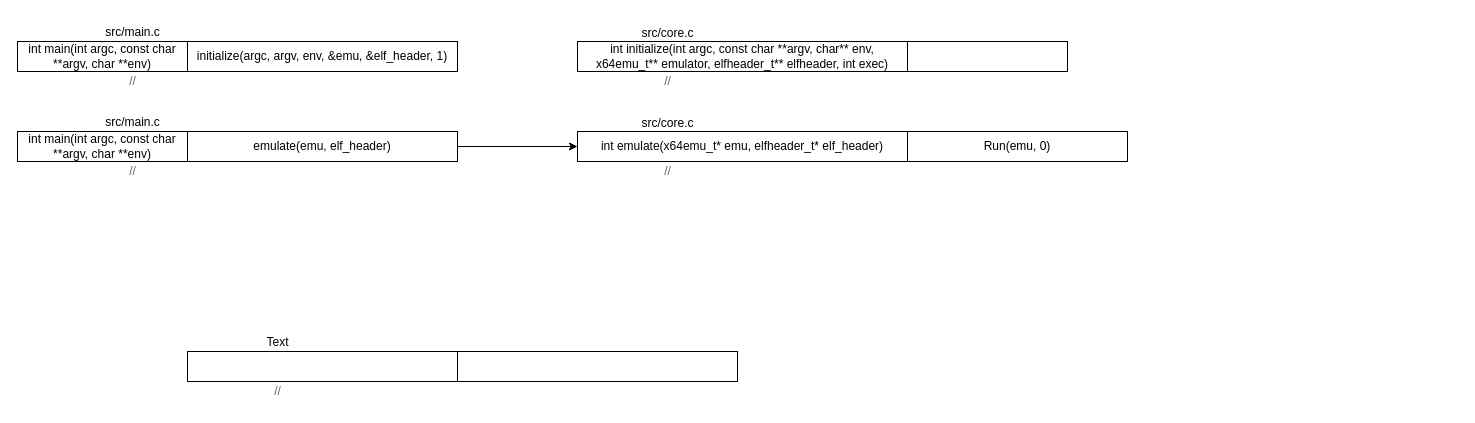
Earlier version of the draw.io diagram box64_workflow.drawio (wangguidong1999/drawio_picture). Source tidied: cells renumbered, new cells numbered last; positions are measured from the earlier drawing's top-left corner, leaving out a move shared by most shapes. Both pictures are drawn from the tidied source at 100%, with x=0, y=0 at pixel (17, 17).
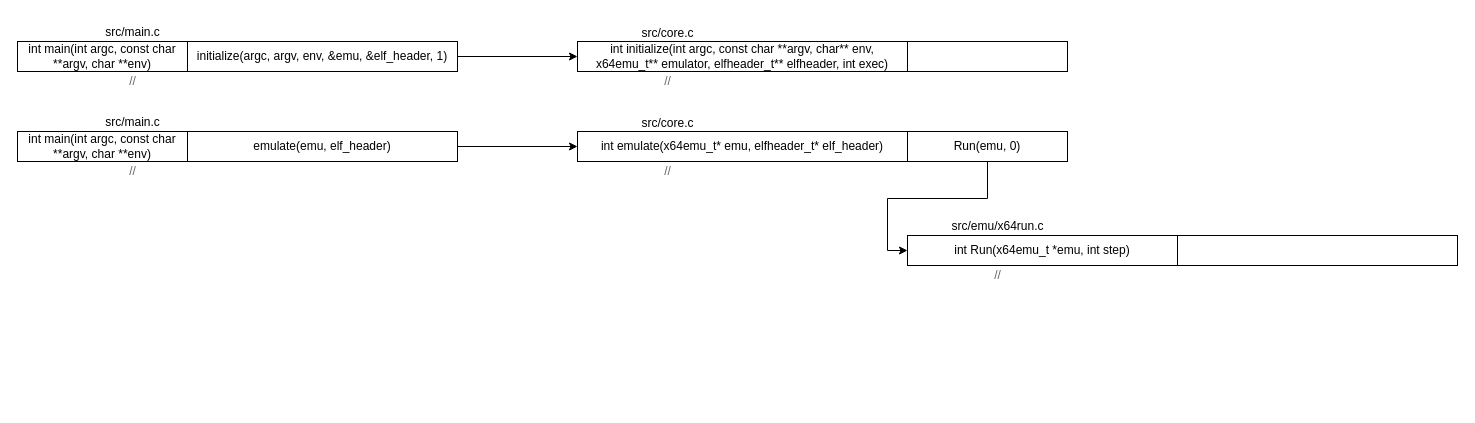
The same page after the edit.

Unchanged cells that the change refers to:
```xml
<mxCell id="3" value="initialize(argc, argv, env, &amp;amp;emu, &amp;amp;elf_header, 1)" style="rounded=0;whiteSpace=wrap;html=1;" parent="1" vertex="1">
  <mxGeometry x="170" y="24" width="270" height="30" as="geometry" />
</mxCell>
<mxCell id="11" value="int initialize(int argc, const char **argv, char** env, x64emu_t** emulator, elfheader_t** elfheader, int exec)" style="rounded=0;whiteSpace=wrap;html=1;" parent="1" vertex="1">
  <mxGeometry x="560" y="24" width="330" height="30" as="geometry" />
</mxCell>
```

Diff of the diagram source:
```diff
@@
+    <mxCell id="23" style="edgeStyle=orthogonalEdgeStyle;rounded=0;jettySize=auto;html=1;exitX=1;exitY=0.5;exitDx=0;exitDy=0;" parent="1" edge="1" source="3" target="11">
+      <mxGeometry relative="1" as="geometry" />
+    </mxCell>
@@
+    <mxCell id="24" style="edgeStyle=orthogonalEdgeStyle;rounded=0;jettySize=auto;html=1;exitX=0.5;exitY=1;exitDx=0;exitDy=0;entryX=0;entryY=0.5;entryDx=0;entryDy=0;" parent="1" edge="1" source="16" target="19">
+      <mxGeometry relative="1" as="geometry" />
+    </mxCell>
     <mxCell id="16" value="Run(emu, 0)" style="rounded=0;whiteSpace=wrap;html=1;" parent="1" vertex="1">
-      <mxGeometry x="890" y="114" width="220" height="30" as="geometry" />
+      <mxGeometry x="890" y="114" width="160" height="30" as="geometry" />
     </mxCell>
@@
-    <mxCell id="19" style="rounded=0;whiteSpace=wrap;html=1;" parent="1" vertex="1">
-      <mxGeometry x="170" y="334" width="270" height="30" as="geometry" />
-    </mxCell>
     <mxCell id="20" style="rounded=0;whiteSpace=wrap;html=1;" parent="1" vertex="1">
-      <mxGeometry x="440" y="334" width="280" height="30" as="geometry" />
+      <mxGeometry x="1160" y="218" width="280" height="30" as="geometry" />
     </mxCell>
-    <mxCell id="21" value="Text" style="text;html=1;align=center;verticalAlign=middle;strokeColor=none;fillColor=none;" parent="1" vertex="1">
-      <mxGeometry x="235" y="310" width="50" height="30" as="geometry" />
+    <mxCell id="21" value="src/emu/x64run.c" style="text;html=1;align=center;verticalAlign=middle;strokeColor=none;fillColor=none;" parent="1" vertex="1">
+      <mxGeometry x="920" y="194" width="120" height="30" as="geometry" />
     </mxCell>
     <mxCell id="22" value="//" style="text;html=1;align=center;verticalAlign=middle;strokeColor=none;fillColor=none;fontColor=#666666;" parent="1" vertex="1">
-      <mxGeometry x="245" y="359" width="30" height="30" as="geometry" />
+      <mxGeometry x="965" y="243" width="30" height="30" as="geometry" />
     </mxCell>
+    <mxCell id="19" value="int Run(x64emu_t *emu, int step)" style="rounded=0;whiteSpace=wrap;html=1;" parent="1" vertex="1">
+      <mxGeometry x="890" y="218" width="270" height="30" as="geometry" />
+    </mxCell>
```
